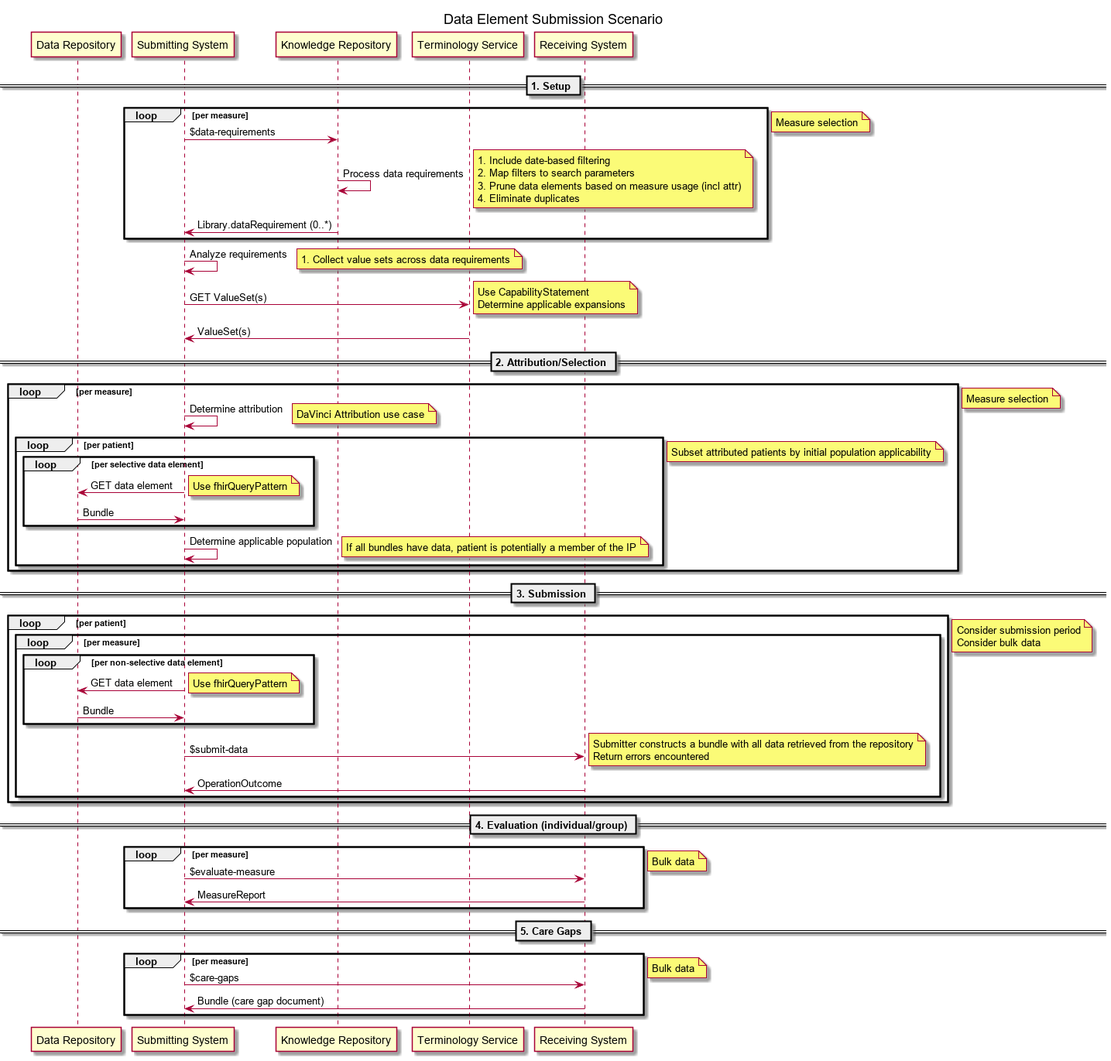
Before: input/images/Data_Element_Submission_Scenario.png, a diagram exported from PlantUML (HL7/cqf-measures).
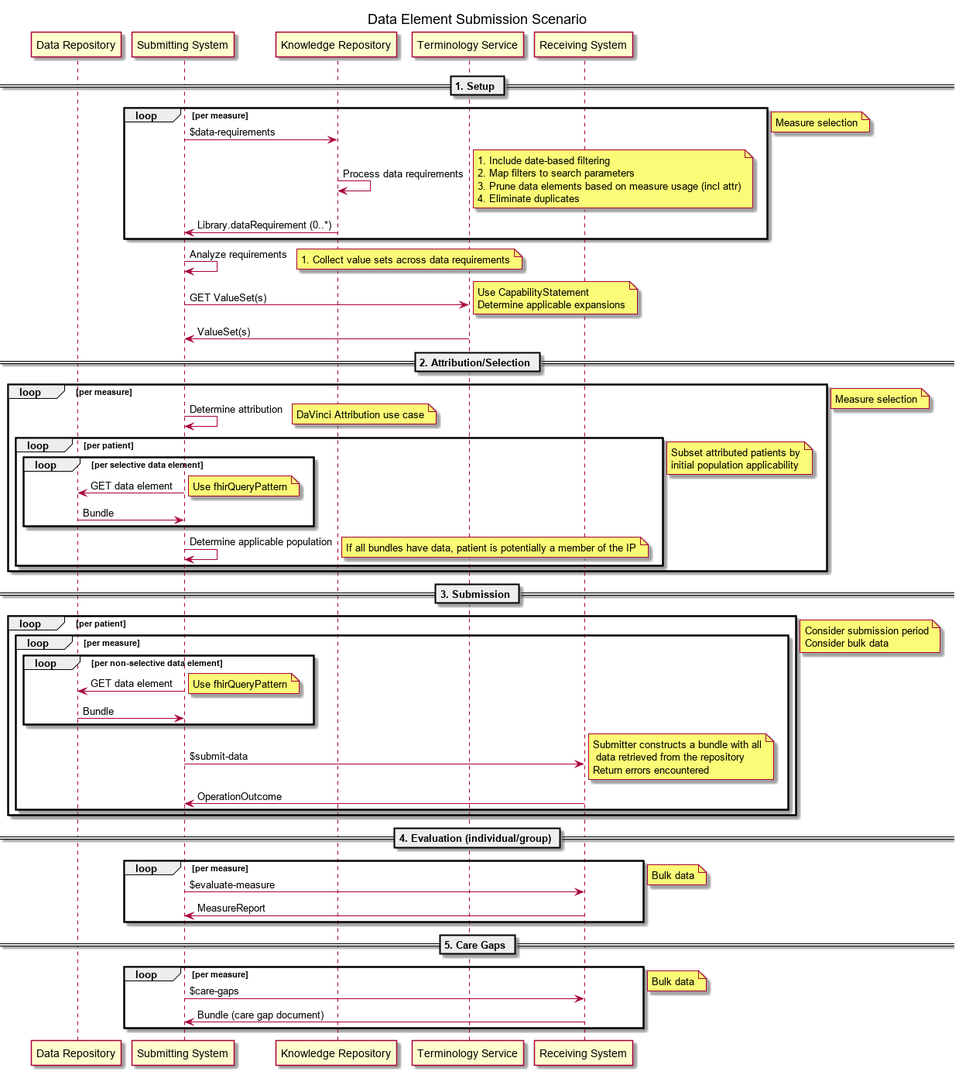
Later version of the same file.

Commit message:
Cleaned up formatting of sequence diagram

The edit, as a diff of the source:
```diff
@@ -33,7 +33,7 @@
         Submitter -> Submitter: Determine applicable population
         note right: If all bundles have data, patient is potentially a member of the IP
     end
-    note right: Subset attributed patients by initial population applicability
+    note right: Subset attributed patients by\ninitial population applicability
 end
 note right: Measure selection
 
@@ -46,7 +46,7 @@
             DR -> Submitter: Bundle
         end
         Submitter -> Receiver: $submit-data
-        note right: Submitter constructs a bundle with all data retrieved from the repository\nReturn errors encountered
+        note right: Submitter constructs a bundle with all\n data retrieved from the repository\nReturn errors encountered
         Receiver -> Submitter: OperationOutcome
     end
 end
```
